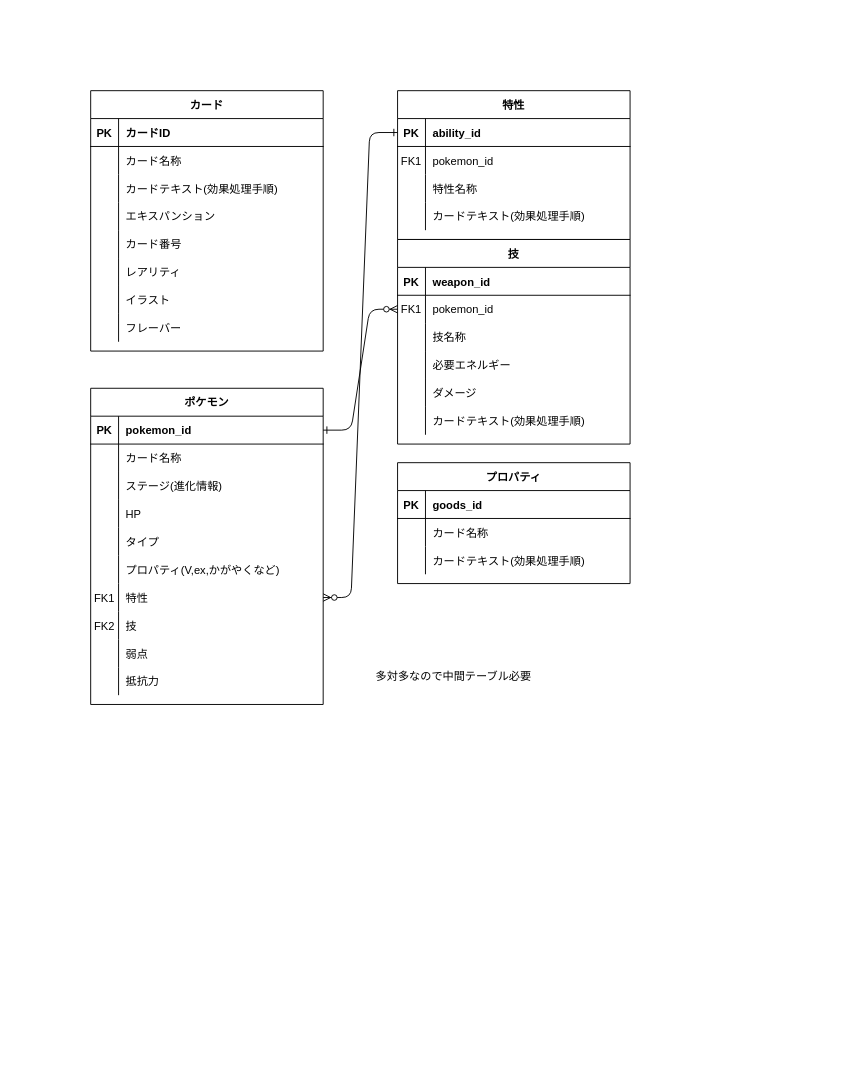
Before: page "ページ2" (2 of 3) of データベース草案.drawio in tinatamago/ptcg, a draw.io diagram. Source tidied: cells renumbered, new cells numbered last; positions are measured from the earlier drawing's top-left corner, leaving out a move shared by most shapes. Both pictures are drawn from the tidied source at 93%, with x=0, y=0 at pixel (90, 90).
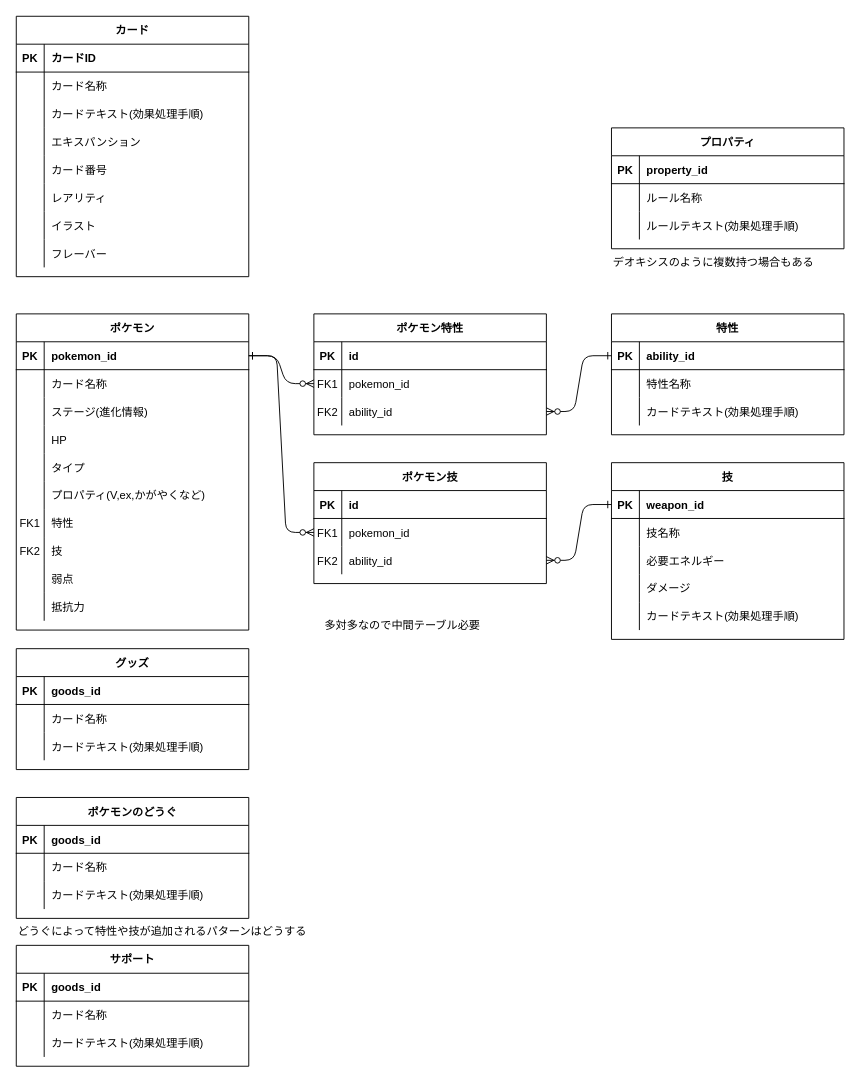
After the change.

Commit message:
データベース草案.drawio を更新します

Unchanged cells that the change refers to:
```xml
<mxCell id="4" style="shape=partialRectangle;fillColor=none;points=[[0,0.5],[1,0.5]];portConstraint=eastwest;top=0;left=0;right=0;bottom=1;" parent="3" vertex="1">
  <mxGeometry y="30" width="250" height="30" as="geometry" />
</mxCell>
<mxCell id="17" style="shape=partialRectangle;fillColor=none;points=[[0,0.5],[1,0.5]];portConstraint=eastwest;top=0;left=0;right=0;bottom=1;" parent="16" vertex="1">
  <mxGeometry y="30" width="250" height="30" as="geometry" />
</mxCell>
<mxCell id="62" style="shape=partialRectangle;fillColor=none;points=[[0,0.5],[1,0.5]];portConstraint=eastwest;top=0;left=0;right=0;bottom=1;" parent="61" vertex="1">
  <mxGeometry y="30" width="250" height="30" as="geometry" />
</mxCell>
<mxCell id="80" style="shape=partialRectangle;fillColor=none;points=[[0,0.5],[1,0.5]];portConstraint=eastwest;top=0;left=0;right=0;bottom=0;" parent="61" vertex="1">
  <mxGeometry y="210" width="250" height="30" as="geometry" />
</mxCell>
<mxCell id="93" style="shape=partialRectangle;fillColor=none;top=0;left=0;right=0;bottom=1;" parent="92" vertex="1">
  <mxGeometry y="30" width="250" height="30" as="geometry" />
</mxCell>
<mxCell id="96" style="shape=partialRectangle;fillColor=none;top=0;left=0;right=0;bottom=0;" parent="92" vertex="1">
  <mxGeometry y="60" width="250" height="30" as="geometry" />
</mxCell>
<mxCell id="99" style="shape=partialRectangle;fillColor=none;top=0;left=0;right=0;bottom=0;" parent="92" vertex="1">
  <mxGeometry y="90" width="250" height="30" as="geometry" />
</mxCell>
```

Diff of the diagram source:
```diff
@@
-    <mxCell id="2" style="edgeStyle=entityRelationEdgeStyle;endArrow=ERzeroToMany;startArrow=ERone;endFill=1;startFill=0;exitX=0;exitY=0.5;exitDx=0;exitDy=0;" parent="1" edge="1" source="4" target="80">
+    <mxCell id="2" style="edgeStyle=entityRelationEdgeStyle;endArrow=ERzeroToMany;startArrow=ERone;endFill=1;startFill=0;exitX=0;exitY=0.5;exitDx=0;exitDy=0;" parent="1" edge="1" source="4" target="110">
       <mxGeometry relative="1" as="geometry" />
     </mxCell>
     <mxCell id="3" value="特性" style="shape=table;startSize=30;childLayout=tableLayout;rowLines=0;fontStyle=1;align=center;" parent="1" vertex="1">
-      <mxGeometry x="330" width="250" height="160" as="geometry" />
+      <mxGeometry x="560" y="240" width="250" height="130" as="geometry" />
     </mxCell>
@@
-    <mxCell id="7" style="shape=partialRectangle;fillColor=none;top=0;left=0;right=0;bottom=0;" parent="3" vertex="1">
-      <mxGeometry y="60" width="250" height="30" as="geometry" />
-    </mxCell>
-    <mxCell id="8" value="FK1" style="shape=partialRectangle;overflow=hidden;fillColor=none;top=0;left=0;bottom=0;right=0;" parent="7" vertex="1">
-      <mxGeometry width="30" height="30" as="geometry" />
-    </mxCell>
-    <mxCell id="9" value="pokemon_id" style="shape=partialRectangle;overflow=hidden;fillColor=none;top=0;left=0;bottom=0;right=0;align=left;spacingLeft=6;" parent="7" vertex="1">
-      <mxGeometry x="30" width="220" height="30" as="geometry" />
-    </mxCell>
     <mxCell id="10" style="shape=partialRectangle;fillColor=none;top=0;left=0;right=0;bottom=0;" parent="3" vertex="1">
-      <mxGeometry y="90" width="250" height="30" as="geometry" />
+      <mxGeometry y="60" width="250" height="30" as="geometry" />
     </mxCell>
@@
     <mxCell id="13" style="shape=partialRectangle;fillColor=none;top=0;left=0;right=0;bottom=0;" parent="3" vertex="1">
-      <mxGeometry y="120" width="250" height="30" as="geometry" />
+      <mxGeometry y="90" width="250" height="30" as="geometry" />
     </mxCell>
@@
     <mxCell id="16" value="技" style="shape=table;startSize=30;childLayout=tableLayout;rowLines=0;fontStyle=1;align=center;" parent="1" vertex="1">
-      <mxGeometry x="330" y="160" width="250" height="220" as="geometry" />
+      <mxGeometry x="560" y="400" width="250" height="190" as="geometry" />
     </mxCell>
@@
-    <mxCell id="20" style="shape=partialRectangle;fillColor=none;points=[[0,0.5],[1,0.5]];portConstraint=eastwest;top=0;left=0;right=0;bottom=0;" parent="16" vertex="1">
-      <mxGeometry y="60" width="250" height="30" as="geometry" />
-    </mxCell>
-    <mxCell id="21" value="FK1" style="shape=partialRectangle;overflow=hidden;fillColor=none;top=0;left=0;bottom=0;right=0;" parent="20" vertex="1">
-      <mxGeometry width="30" height="30" as="geometry" />
-    </mxCell>
-    <mxCell id="22" value="pokemon_id" style="shape=partialRectangle;overflow=hidden;fillColor=none;top=0;left=0;bottom=0;right=0;align=left;spacingLeft=6;" parent="20" vertex="1">
-      <mxGeometry x="30" width="220" height="30" as="geometry" />
-    </mxCell>
     <mxCell id="23" style="shape=partialRectangle;fillColor=none;top=0;left=0;right=0;bottom=0;" parent="16" vertex="1">
-      <mxGeometry y="90" width="250" height="30" as="geometry" />
+      <mxGeometry y="60" width="250" height="30" as="geometry" />
     </mxCell>
@@
     <mxCell id="26" style="shape=partialRectangle;fillColor=none;top=0;left=0;right=0;bottom=0;" parent="16" vertex="1">
-      <mxGeometry y="120" width="250" height="30" as="geometry" />
+      <mxGeometry y="90" width="250" height="30" as="geometry" />
     </mxCell>
@@
     <mxCell id="29" style="shape=partialRectangle;fillColor=none;top=0;left=0;right=0;bottom=0;" parent="16" vertex="1">
-      <mxGeometry y="150" width="250" height="30" as="geometry" />
+      <mxGeometry y="120" width="250" height="30" as="geometry" />
     </mxCell>
@@
     <mxCell id="32" style="shape=partialRectangle;fillColor=none;top=0;left=0;right=0;bottom=0;" parent="16" vertex="1">
-      <mxGeometry y="180" width="250" height="30" as="geometry" />
+      <mxGeometry y="150" width="250" height="30" as="geometry" />
     </mxCell>
@@
     <mxCell id="35" value="カード" style="shape=table;startSize=30;childLayout=tableLayout;rowLines=0;fontStyle=1;align=center;" parent="1" vertex="1">
-      <mxGeometry width="250" height="280" as="geometry" />
+      <mxGeometry x="-80" y="-80" width="250" height="280" as="geometry" />
     </mxCell>
@@
-    <mxCell id="60" style="edgeStyle=entityRelationEdgeStyle;endArrow=ERzeroToMany;startArrow=ERone;endFill=1;startFill=0;exitX=1;exitY=0.5;exitDx=0;exitDy=0;" parent="1" edge="1" source="62" target="20">
+    <mxCell id="60" style="edgeStyle=entityRelationEdgeStyle;endArrow=ERzeroToMany;startArrow=ERone;endFill=1;startFill=0;exitX=0;exitY=0.5;exitDx=0;exitDy=0;" parent="1" edge="1" source="17" target="121">
       <mxGeometry relative="1" as="geometry" />
     </mxCell>
     <mxCell id="61" value="ポケモン" style="shape=table;startSize=30;childLayout=tableLayout;rowLines=0;fontStyle=1;align=center;" parent="1" vertex="1">
-      <mxGeometry y="320" width="250" height="340" as="geometry" />
+      <mxGeometry x="-80" y="240" width="250" height="340" as="geometry" />
     </mxCell>
@@
     <mxCell id="92" value="プロパティ" style="shape=table;startSize=30;childLayout=tableLayout;rowLines=0;fontStyle=1;align=center;" parent="1" vertex="1">
-      <mxGeometry x="330" y="400" width="250" height="130" as="geometry" />
+      <mxGeometry x="560" y="40" width="250" height="130" as="geometry" />
     </mxCell>
@@
-    <mxCell id="95" value="goods_id" style="shape=partialRectangle;overflow=hidden;fillColor=none;top=0;left=0;bottom=0;right=0;align=left;spacingLeft=6;fontStyle=1;" parent="93" vertex="1">
+    <mxCell id="95" value="property_id" style="shape=partialRectangle;overflow=hidden;fillColor=none;top=0;left=0;bottom=0;right=0;align=left;spacingLeft=6;fontStyle=1;" parent="93" vertex="1">
       <mxGeometry x="30" width="220" height="30" as="geometry" />
     </mxCell>
@@
-    <mxCell id="98" value="カード名称" style="shape=partialRectangle;overflow=hidden;fillColor=none;top=0;left=0;bottom=0;right=0;align=left;spacingLeft=6;" parent="96" vertex="1">
+    <mxCell id="98" value="ルール名称" style="shape=partialRectangle;overflow=hidden;fillColor=none;top=0;left=0;bottom=0;right=0;align=left;spacingLeft=6;" parent="96" vertex="1">
       <mxGeometry x="30" width="220" height="30" as="geometry" />
     </mxCell>
@@
-    <mxCell id="101" value="カードテキスト(効果処理手順)" style="shape=partialRectangle;overflow=hidden;fillColor=none;top=0;left=0;bottom=0;right=0;align=left;spacingLeft=6;" parent="99" vertex="1">
+    <mxCell id="101" value="ルールテキスト(効果処理手順)" style="shape=partialRectangle;overflow=hidden;fillColor=none;top=0;left=0;bottom=0;right=0;align=left;spacingLeft=6;" parent="99" vertex="1">
       <mxGeometry x="30" width="220" height="30" as="geometry" />
     </mxCell>
     <mxCell id="102" value="多対多なので中間テーブル必要" style="text;html=1;align=center;verticalAlign=middle;strokeColor=none;fillColor=none;" parent="1" vertex="1">
-      <mxGeometry x="295" y="615" width="190" height="30" as="geometry" />
+      <mxGeometry x="240" y="560" width="190" height="30" as="geometry" />
     </mxCell>
+    <mxCell id="103" value="ポケモン特性" style="shape=table;startSize=30;childLayout=tableLayout;rowLines=0;fontStyle=1;align=center;" parent="1" vertex="1">
+      <mxGeometry x="240" y="240" width="250" height="130" as="geometry" />
+    </mxCell>
+    <mxCell id="104" style="shape=partialRectangle;fillColor=none;top=0;left=0;right=0;bottom=1;" parent="103" vertex="1">
+      <mxGeometry y="30" width="250" height="30" as="geometry" />
+    </mxCell>
+    <mxCell id="105" value="PK" style="shape=partialRectangle;overflow=hidden;fillColor=none;top=0;left=0;bottom=0;right=0;fontStyle=1;" parent="104" vertex="1">
+      <mxGeometry width="30" height="30" as="geometry" />
+    </mxCell>
+    <mxCell id="106" value="id" style="shape=partialRectangle;overflow=hidden;fillColor=none;top=0;left=0;bottom=0;right=0;align=left;spacingLeft=6;fontStyle=1;" parent="104" vertex="1">
+      <mxGeometry x="30" width="220" height="30" as="geometry" />
+    </mxCell>
+    <mxCell id="107" style="shape=partialRectangle;fillColor=none;points=[[0,0.5],[1,0.5]];portConstraint=eastwest;top=0;left=0;right=0;bottom=0;" parent="103" vertex="1">
+      <mxGeometry y="60" width="250" height="30" as="geometry" />
+    </mxCell>
+    <mxCell id="108" value="FK1" style="shape=partialRectangle;overflow=hidden;fillColor=none;top=0;left=0;bottom=0;right=0;" parent="107" vertex="1">
+      <mxGeometry width="30" height="30" as="geometry" />
+    </mxCell>
+    <mxCell id="109" value="pokemon_id" style="shape=partialRectangle;overflow=hidden;fillColor=none;top=0;left=0;bottom=0;right=0;align=left;spacingLeft=6;" parent="107" vertex="1">
+      <mxGeometry x="30" width="220" height="30" as="geometry" />
+    </mxCell>
+    <mxCell id="110" style="shape=partialRectangle;fillColor=none;points=[[0,0.5],[1,0.5]];portConstraint=eastwest;top=0;left=0;right=0;bottom=0;" parent="103" vertex="1">
+      <mxGeometry y="90" width="250" height="30" as="geometry" />
+    </mxCell>
+    <mxCell id="111" value="FK2" style="shape=partialRectangle;overflow=hidden;fillColor=none;top=0;left=0;bottom=0;right=0;" parent="110" vertex="1">
+      <mxGeometry width="30" height="30" as="geometry" />
+    </mxCell>
+    <mxCell id="112" value="ability_id" style="shape=partialRectangle;overflow=hidden;fillColor=none;top=0;left=0;bottom=0;right=0;align=left;spacingLeft=6;" parent="110" vertex="1">
+      <mxGeometry x="30" width="220" height="30" as="geometry" />
+    </mxCell>
+    <mxCell id="113" style="edgeStyle=entityRelationEdgeStyle;endArrow=ERzeroToMany;startArrow=ERone;endFill=1;startFill=0;exitX=1;exitY=0.5;exitDx=0;exitDy=0;entryX=0;entryY=0.5;entryDx=0;entryDy=0;" parent="1" edge="1" source="62" target="107">
+      <mxGeometry relative="1" as="geometry" />
+    </mxCell>
+    <mxCell id="114" value="ポケモン技" style="shape=table;startSize=30;childLayout=tableLayout;rowLines=0;fontStyle=1;align=center;" parent="1" vertex="1">
+      <mxGeometry x="240" y="400" width="250" height="130" as="geometry" />
+    </mxCell>
+    <mxCell id="115" style="shape=partialRectangle;fillColor=none;top=0;left=0;right=0;bottom=1;" parent="114" vertex="1">
+      <mxGeometry y="30" width="250" height="30" as="geometry" />
+    </mxCell>
+    <mxCell id="116" value="PK" style="shape=partialRectangle;overflow=hidden;fillColor=none;top=0;left=0;bottom=0;right=0;fontStyle=1;" parent="115" vertex="1">
+      <mxGeometry width="30" height="30" as="geometry" />
+    </mxCell>
+    <mxCell id="117" value="id" style="shape=partialRectangle;overflow=hidden;fillColor=none;top=0;left=0;bottom=0;right=0;align=left;spacingLeft=6;fontStyle=1;" parent="115" vertex="1">
+      <mxGeometry x="30" width="220" height="30" as="geometry" />
+    </mxCell>
+    <mxCell id="118" style="shape=partialRectangle;fillColor=none;points=[[0,0.5],[1,0.5]];portConstraint=eastwest;top=0;left=0;right=0;bottom=0;" parent="114" vertex="1">
+      <mxGeometry y="60" width="250" height="30" as="geometry" />
+    </mxCell>
+    <mxCell id="119" value="FK1" style="shape=partialRectangle;overflow=hidden;fillColor=none;top=0;left=0;bottom=0;right=0;" parent="118" vertex="1">
+      <mxGeometry width="30" height="30" as="geometry" />
+    </mxCell>
+    <mxCell id="120" value="pokemon_id" style="shape=partialRectangle;overflow=hidden;fillColor=none;top=0;left=0;bottom=0;right=0;align=left;spacingLeft=6;" parent="118" vertex="1">
+      <mxGeometry x="30" width="220" height="30" as="geometry" />
+    </mxCell>
+    <mxCell id="121" style="shape=partialRectangle;fillColor=none;points=[[0,0.5],[1,0.5]];portConstraint=eastwest;top=0;left=0;right=0;bottom=0;" parent="114" vertex="1">
+      <mxGeometry y="90" width="250" height="30" as="geometry" />
+    </mxCell>
+    <mxCell id="122" value="FK2" style="shape=partialRectangle;overflow=hidden;fillColor=none;top=0;left=0;bottom=0;right=0;" parent="121" vertex="1">
+      <mxGeometry width="30" height="30" as="geometry" />
+    </mxCell>
+    <mxCell id="123" value="ability_id" style="shape=partialRectangle;overflow=hidden;fillColor=none;top=0;left=0;bottom=0;right=0;align=left;spacingLeft=6;" parent="121" vertex="1">
+      <mxGeometry x="30" width="220" height="30" as="geometry" />
+    </mxCell>
+    <mxCell id="124" style="edgeStyle=entityRelationEdgeStyle;endArrow=ERzeroToMany;startArrow=ERone;endFill=1;startFill=0;exitX=1;exitY=0.5;exitDx=0;exitDy=0;" parent="1" edge="1" source="62" target="118">
+      <mxGeometry relative="1" as="geometry" />
+    </mxCell>
+    <mxCell id="125" value="デオキシスのように複数持つ場合もある" style="text;html=1;align=left;verticalAlign=middle;strokeColor=none;fillColor=none;" parent="1" vertex="1">
+      <mxGeometry x="560" y="170" width="240" height="30" as="geometry" />
+    </mxCell>
+    <mxCell id="126" value="グッズ" style="shape=table;startSize=30;childLayout=tableLayout;rowLines=0;fontStyle=1;align=center;" parent="1" vertex="1">
+      <mxGeometry x="-80" y="600" width="250" height="130" as="geometry" />
+    </mxCell>
+    <mxCell id="127" style="shape=partialRectangle;fillColor=none;top=0;left=0;right=0;bottom=1;" parent="126" vertex="1">
+      <mxGeometry y="30" width="250" height="30" as="geometry" />
+    </mxCell>
+    <mxCell id="128" value="PK" style="shape=partialRectangle;overflow=hidden;fillColor=none;top=0;left=0;bottom=0;right=0;fontStyle=1;" parent="127" vertex="1">
+      <mxGeometry width="30" height="30" as="geometry" />
+    </mxCell>
+    <mxCell id="129" value="goods_id" style="shape=partialRectangle;overflow=hidden;fillColor=none;top=0;left=0;bottom=0;right=0;align=left;spacingLeft=6;fontStyle=1;" parent="127" vertex="1">
+      <mxGeometry x="30" width="220" height="30" as="geometry" />
+    </mxCell>
+    <mxCell id="130" style="shape=partialRectangle;fillColor=none;top=0;left=0;right=0;bottom=0;" parent="126" vertex="1">
+      <mxGeometry y="60" width="250" height="30" as="geometry" />
+    </mxCell>
+    <mxCell id="131" style="shape=partialRectangle;overflow=hidden;fillColor=none;top=0;left=0;bottom=0;right=0;" parent="130" vertex="1">
+      <mxGeometry width="30" height="30" as="geometry" />
+    </mxCell>
+    <mxCell id="132" value="カード名称" style="shape=partialRectangle;overflow=hidden;fillColor=none;top=0;left=0;bottom=0;right=0;align=left;spacingLeft=6;" parent="130" vertex="1">
+      <mxGeometry x="30" width="220" height="30" as="geometry" />
+    </mxCell>
+    <mxCell id="133" style="shape=partialRectangle;fillColor=none;top=0;left=0;right=0;bottom=0;" parent="126" vertex="1">
+      <mxGeometry y="90" width="250" height="30" as="geometry" />
+    </mxCell>
+    <mxCell id="134" style="shape=partialRectangle;overflow=hidden;fillColor=none;top=0;left=0;bottom=0;right=0;" parent="133" vertex="1">
+      <mxGeometry width="30" height="30" as="geometry" />
+    </mxCell>
+    <mxCell id="135" value="カードテキスト(効果処理手順)" style="shape=partialRectangle;overflow=hidden;fillColor=none;top=0;left=0;bottom=0;right=0;align=left;spacingLeft=6;" parent="133" vertex="1">
+      <mxGeometry x="30" width="220" height="30" as="geometry" />
+    </mxCell>
+    <mxCell id="136" value="ポケモンのどうぐ" style="shape=table;startSize=30;childLayout=tableLayout;rowLines=0;fontStyle=1;align=center;" parent="1" vertex="1">
+      <mxGeometry x="-80" y="760" width="250" height="130" as="geometry" />
+    </mxCell>
+    <mxCell id="137" style="shape=partialRectangle;fillColor=none;top=0;left=0;right=0;bottom=1;" parent="136" vertex="1">
+      <mxGeometry y="30" width="250" height="30" as="geometry" />
+    </mxCell>
+    <mxCell id="138" value="PK" style="shape=partialRectangle;overflow=hidden;fillColor=none;top=0;left=0;bottom=0;right=0;fontStyle=1;" parent="137" vertex="1">
+      <mxGeometry width="30" height="30" as="geometry" />
+    </mxCell>
+    <mxCell id="139" value="goods_id" style="shape=partialRectangle;overflow=hidden;fillColor=none;top=0;left=0;bottom=0;right=0;align=left;spacingLeft=6;fontStyle=1;" parent="137" vertex="1">
+      <mxGeometry x="30" width="220" height="30" as="geometry" />
+    </mxCell>
+    <mxCell id="140" style="shape=partialRectangle;fillColor=none;top=0;left=0;right=0;bottom=0;" parent="136" vertex="1">
+      <mxGeometry y="60" width="250" height="30" as="geometry" />
+    </mxCell>
+    <mxCell id="141" style="shape=partialRectangle;overflow=hidden;fillColor=none;top=0;left=0;bottom=0;right=0;" parent="140" vertex="1">
+      <mxGeometry width="30" height="30" as="geometry" />
+    </mxCell>
+    <mxCell id="142" value="カード名称" style="shape=partialRectangle;overflow=hidden;fillColor=none;top=0;left=0;bottom=0;right=0;align=left;spacingLeft=6;" parent="140" vertex="1">
+      <mxGeometry x="30" width="220" height="30" as="geometry" />
+    </mxCell>
+    <mxCell id="143" style="shape=partialRectangle;fillColor=none;top=0;left=0;right=0;bottom=0;" parent="136" vertex="1">
+      <mxGeometry y="90" width="250" height="30" as="geometry" />
+    </mxCell>
+    <mxCell id="144" style="shape=partialRectangle;overflow=hidden;fillColor=none;top=0;left=0;bottom=0;right=0;" parent="143" vertex="1">
+      <mxGeometry width="30" height="30" as="geometry" />
+    </mxCell>
+    <mxCell id="145" value="カードテキスト(効果処理手順)" style="shape=partialRectangle;overflow=hidden;fillColor=none;top=0;left=0;bottom=0;right=0;align=left;spacingLeft=6;" parent="143" vertex="1">
+      <mxGeometry x="30" width="220" height="30" as="geometry" />
+    </mxCell>
+    <mxCell id="146" value="サポート" style="shape=table;startSize=30;childLayout=tableLayout;rowLines=0;fontStyle=1;align=center;" parent="1" vertex="1">
+      <mxGeometry x="-80" y="919" width="250" height="130" as="geometry" />
+    </mxCell>
+    <mxCell id="147" style="shape=partialRectangle;fillColor=none;top=0;left=0;right=0;bottom=1;" parent="146" vertex="1">
+      <mxGeometry y="30" width="250" height="30" as="geometry" />
+    </mxCell>
+    <mxCell id="148" value="PK" style="shape=partialRectangle;overflow=hidden;fillColor=none;top=0;left=0;bottom=0;right=0;fontStyle=1;" parent="147" vertex="1">
+      <mxGeometry width="30" height="30" as="geometry" />
+    </mxCell>
+    <mxCell id="149" value="goods_id" style="shape=partialRectangle;overflow=hidden;fillColor=none;top=0;left=0;bottom=0;right=0;align=left;spacingLeft=6;fontStyle=1;" parent="147" vertex="1">
+      <mxGeometry x="30" width="220" height="30" as="geometry" />
+    </mxCell>
+    <mxCell id="150" style="shape=partialRectangle;fillColor=none;top=0;left=0;right=0;bottom=0;" parent="146" vertex="1">
+      <mxGeometry y="60" width="250" height="30" as="geometry" />
+    </mxCell>
+    <mxCell id="151" style="shape=partialRectangle;overflow=hidden;fillColor=none;top=0;left=0;bottom=0;right=0;" parent="150" vertex="1">
+      <mxGeometry width="30" height="30" as="geometry" />
+    </mxCell>
+    <mxCell id="152" value="カード名称" style="shape=partialRectangle;overflow=hidden;fillColor=none;top=0;left=0;bottom=0;right=0;align=left;spacingLeft=6;" parent="150" vertex="1">
+      <mxGeometry x="30" width="220" height="30" as="geometry" />
+    </mxCell>
+    <mxCell id="153" style="shape=partialRectangle;fillColor=none;top=0;left=0;right=0;bottom=0;" parent="146" vertex="1">
+      <mxGeometry y="90" width="250" height="30" as="geometry" />
+    </mxCell>
+    <mxCell id="154" style="shape=partialRectangle;overflow=hidden;fillColor=none;top=0;left=0;bottom=0;right=0;" parent="153" vertex="1">
+      <mxGeometry width="30" height="30" as="geometry" />
+    </mxCell>
+    <mxCell id="155" value="カードテキスト(効果処理手順)" style="shape=partialRectangle;overflow=hidden;fillColor=none;top=0;left=0;bottom=0;right=0;align=left;spacingLeft=6;" parent="153" vertex="1">
+      <mxGeometry x="30" width="220" height="30" as="geometry" />
+    </mxCell>
+    <mxCell id="156" value="どうぐによって特性や技が追加されるパターンはどうする" style="text;html=1;align=left;verticalAlign=middle;strokeColor=none;fillColor=none;" parent="1" vertex="1">
+      <mxGeometry x="-80" y="889" width="340" height="30" as="geometry" />
+    </mxCell>
```
